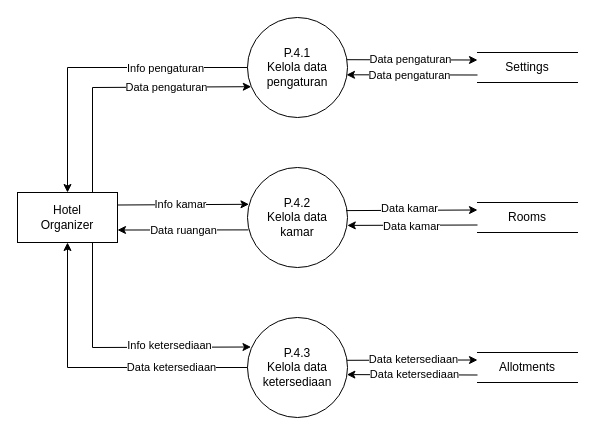
The draw.io diagram diagram/dfd/level-1/p-4-proses-data-pengaturan-kamar.drawio in Hans-Star18/ta-booking-system, before the edit. Source tidied: cells renumbered, new cells numbered last; positions are measured from the earlier drawing's top-left corner, leaving out a move shared by most shapes. Both pictures are drawn from the tidied source at 100%, with x=0, y=0 at pixel (17, 17).
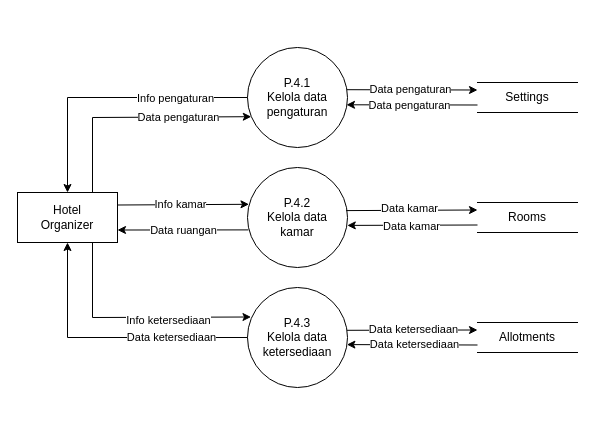
The same diagram, later.

The change refers to these unchanged cells:
```xml
<mxCell id="32" value="Hotel&lt;div&gt;Organizer&lt;/div&gt;" style="html=1;dashed=0;whiteSpace=wrap;" parent="1" vertex="1">
  <mxGeometry y="175" width="100" height="50" as="geometry" />
</mxCell>
```

Change to the diagram source:
```diff
@@
-<mxGraphModel>
+<mxGraphModel background="#ffffff">
@@
     <mxCell id="2" value="&lt;div&gt;P.4.1&lt;/div&gt;Kelola data&lt;div&gt;pengaturan&lt;/div&gt;" style="shape=ellipse;html=1;dashed=0;whiteSpace=wrap;perimeter=ellipsePerimeter;" parent="1" vertex="1">
-      <mxGeometry x="230" width="100" height="100" as="geometry" />
+      <mxGeometry x="230" y="30" width="100" height="100" as="geometry" />
     </mxCell>
@@
     <mxCell id="4" value="&lt;div&gt;P.4.3&lt;/div&gt;Kelola data&lt;div&gt;ketersediaan&lt;/div&gt;" style="shape=ellipse;html=1;dashed=0;whiteSpace=wrap;perimeter=ellipsePerimeter;" parent="1" vertex="1">
-      <mxGeometry x="230" y="300" width="100" height="100" as="geometry" />
+      <mxGeometry x="230" y="270" width="100" height="100" as="geometry" />
     </mxCell>
     <mxCell id="5" value="Settings" style="html=1;dashed=0;whiteSpace=wrap;shape=partialRectangle;right=0;left=0;" parent="1" vertex="1">
-      <mxGeometry x="460" y="35" width="100" height="30" as="geometry" />
+      <mxGeometry x="460" y="65" width="100" height="30" as="geometry" />
     </mxCell>
@@
     <mxCell id="7" value="Allotments" style="html=1;dashed=0;whiteSpace=wrap;shape=partialRectangle;right=0;left=0;" parent="1" vertex="1">
-      <mxGeometry x="460" y="335" width="100" height="30" as="geometry" />
+      <mxGeometry x="460" y="305" width="100" height="30" as="geometry" />
     </mxCell>
     <mxCell id="8" style="endArrow=classic;html=1;rounded=0;curved=0;jumpStyle=arc;entryX=0.5;entryY=0;entryDx=0;entryDy=0;exitX=0;exitY=0.5;exitDx=0;exitDy=0;" parent="1" edge="1" source="2" target="32">
       <mxGeometry relative="1" as="geometry">
         <Array as="points">
-          <mxPoint x="50" y="50" />
+          <mxPoint x="50" y="80" />
         </Array>
       </mxGeometry>
     </mxCell>
@@
     <mxCell id="10" style="endArrow=classic;html=1;rounded=0;curved=0;jumpStyle=arc;entryX=0.038;entryY=0.692;entryDx=0;entryDy=0;exitX=0.75;exitY=0;exitDx=0;exitDy=0;entryPerimeter=0;" parent="1" edge="1" source="32" target="2">
       <mxGeometry relative="1" as="geometry">
         <Array as="points">
-          <mxPoint x="75" y="70" />
+          <mxPoint x="75" y="100" />
         </Array>
       </mxGeometry>
     </mxCell>
@@
     <mxCell id="12" style="endArrow=classic;html=1;rounded=0;curved=0;jumpStyle=arc;entryX=0.5;entryY=1;entryDx=0;entryDy=0;exitX=0;exitY=0.5;exitDx=0;exitDy=0;" parent="1" edge="1" source="4" target="32">
       <mxGeometry relative="1" as="geometry">
         <Array as="points">
-          <mxPoint x="50" y="350" />
+          <mxPoint x="50" y="320" />
         </Array>
       </mxGeometry>
     </mxCell>
     <mxCell id="13" value="Data ketersediaan" style="edgeLabel;html=1;align=center;verticalAlign=middle;" parent="12" vertex="1">
       <mxGeometry x="0.35" y="-1" relative="1" as="geometry">
-        <mxPoint x="102" y="25" as="offset" />
+        <mxPoint x="102" y="5" as="offset" />
       </mxGeometry>
     </mxCell>
@@
     <mxCell id="16" style="endArrow=classic;html=1;rounded=0;curved=0;jumpStyle=arc;entryX=0.035;entryY=0.295;entryDx=0;entryDy=0;entryPerimeter=0;exitX=0.75;exitY=1;exitDx=0;exitDy=0;" parent="1" edge="1" source="32" target="4">
       <mxGeometry relative="1" as="geometry">
         <Array as="points">
-          <mxPoint x="75" y="330" />
+          <mxPoint x="75" y="300" />
         </Array>
       </mxGeometry>
     </mxCell>
     <mxCell id="17" value="Info ketersediaan" style="edgeLabel;html=1;align=center;verticalAlign=middle;" parent="16" vertex="1">
       <mxGeometry x="-0.24" y="-1" relative="1" as="geometry">
-        <mxPoint x="77" y="2" as="offset" />
+        <mxPoint x="61" y="2" as="offset" />
       </mxGeometry>
     </mxCell>
```
